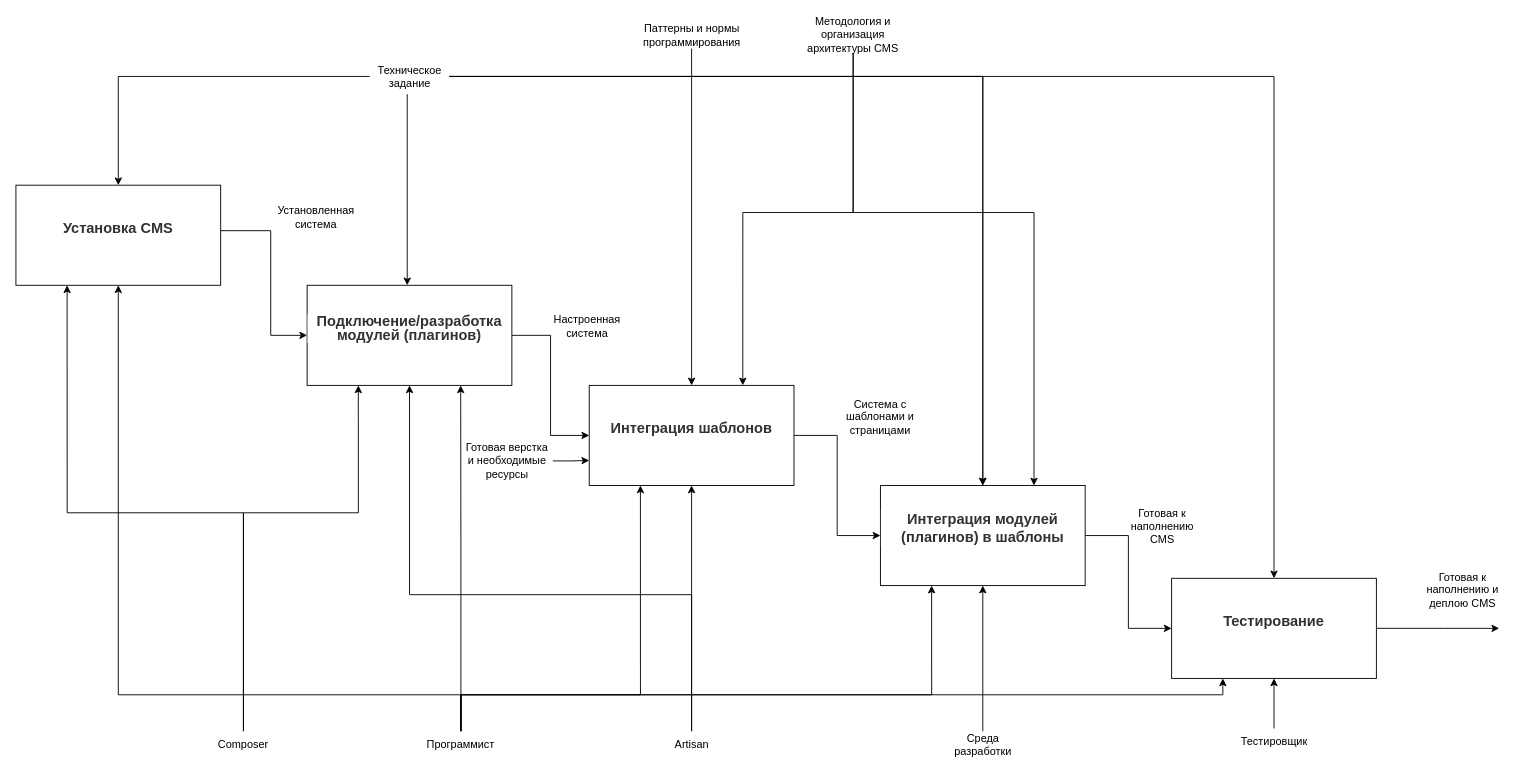
Earlier version of the draw.io diagram idfe0.drawio (EmilDok/yaaaaaa). Source tidied: cells renumbered, new cells numbered last; positions are measured from the earlier drawing's top-left corner, leaving out a move shared by most shapes. Both pictures are drawn from the tidied source at 91%, with x=0, y=0 at pixel (15, 16).
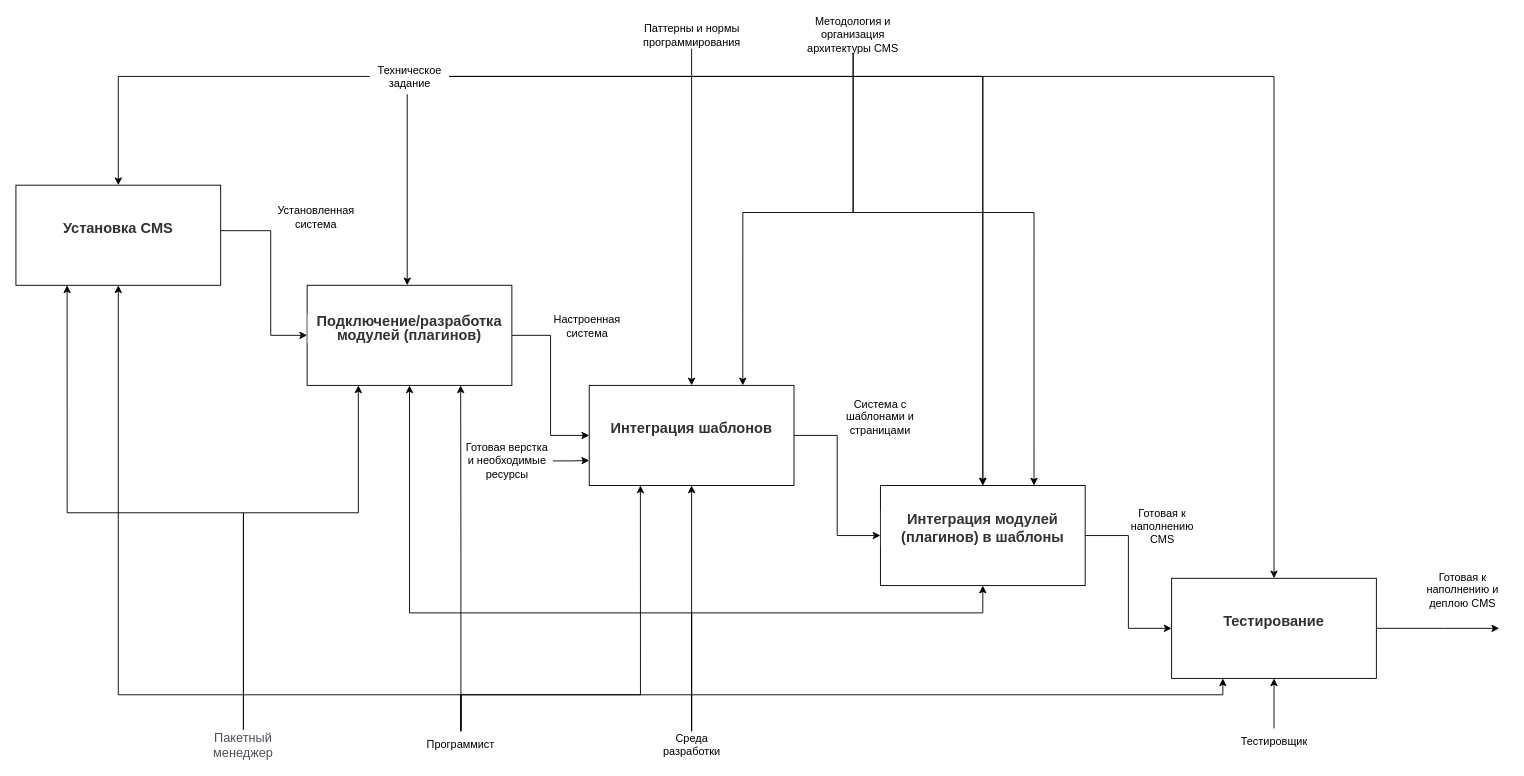
After the change.

Unchanged cells that the change refers to:
```xml
<mxCell id="9" value="Программист" style="text;html=1;strokeColor=none;fillColor=none;align=center;verticalAlign=middle;whiteSpace=wrap;rounded=0;" parent="1" vertex="1">
  <mxGeometry x="439" y="785" width="100" height="30" as="geometry" />
</mxCell>
<mxCell id="14" value="&lt;p style=&quot;box-sizing: border-box; margin: 0px 0px 1rem; padding: 0px; font-size: 16px; color: rgb(50, 50, 50); font-family: &amp;quot;Proxima Nova&amp;quot;, Helvetica, Arial, sans-serif; background-color: rgb(255, 255, 255); line-height: 1; font-weight: bold !important;&quot; class=&quot;font-bold&quot;&gt;Подключение/разработка модулей (плагинов)&lt;br style=&quot;font-size: 16px;&quot;&gt;&lt;/p&gt;" style="rounded=0;whiteSpace=wrap;html=1;align=center;verticalAlign=middle;fontSize=16;" parent="1" vertex="1">
  <mxGeometry x="320" y="295" width="225" height="110" as="geometry" />
</mxCell>
<mxCell id="19" value="&lt;p style=&quot;box-sizing: border-box; margin: 0px 0px 1rem; padding: 0px; font-size: 16px; color: rgb(50, 50, 50); font-family: &amp;quot;Proxima Nova&amp;quot;, Helvetica, Arial, sans-serif; background-color: rgb(255, 255, 255); font-weight: bold !important;&quot; class=&quot;font-bold&quot;&gt;Интеграция модулей (плагинов) в шаблоны&lt;br&gt;&lt;/p&gt;" style="rounded=0;whiteSpace=wrap;html=1;align=center;" parent="1" vertex="1">
  <mxGeometry x="950" y="515" width="225" height="110" as="geometry" />
</mxCell>
```

What changed in the source:
```diff
@@
-    <mxCell id="7" style="edgeStyle=orthogonalEdgeStyle;rounded=0;jettySize=auto;html=1;entryX=0.25;entryY=1;entryDx=0;entryDy=0;fontSize=16;" parent="1" edge="1" source="9" target="19">
-      <mxGeometry relative="1" as="geometry">
-        <Array as="points">
-          <mxPoint x="489" y="745" />
-          <mxPoint x="1006" y="745" />
-        </Array>
-      </mxGeometry>
-    </mxCell>
@@
-    <mxCell id="12" value="Composer" style="text;html=1;strokeColor=none;fillColor=none;align=center;verticalAlign=middle;whiteSpace=wrap;rounded=0;" parent="1" vertex="1">
+    <mxCell id="12" value="&lt;span style=&quot;color: rgb(77, 81, 86); font-family: arial, sans-serif; font-size: 14px; text-align: left; background-color: rgb(255, 255, 255);&quot;&gt;Пакетный менеджер&lt;/span&gt;" style="text;html=1;strokeColor=none;fillColor=none;align=center;verticalAlign=middle;whiteSpace=wrap;rounded=0;" parent="1" vertex="1">
       <mxGeometry x="200" y="785" width="100" height="30" as="geometry" />
     </mxCell>
@@
-    <mxCell id="36" style="edgeStyle=orthogonalEdgeStyle;rounded=0;jettySize=auto;html=1;entryX=0.5;entryY=1;entryDx=0;entryDy=0;fontSize=16;" parent="1" edge="1" source="37" target="19">
-      <mxGeometry relative="1" as="geometry" />
-    </mxCell>
-    <mxCell id="37" value="Среда разработки" style="text;html=1;strokeColor=none;fillColor=none;align=center;verticalAlign=middle;whiteSpace=wrap;rounded=0;" parent="1" vertex="1">
-      <mxGeometry x="1012.5" y="785" width="100" height="30" as="geometry" />
-    </mxCell>
@@
     <mxCell id="44" style="edgeStyle=orthogonalEdgeStyle;rounded=0;jettySize=auto;html=1;entryX=0.5;entryY=1;entryDx=0;entryDy=0;fontSize=16;" parent="1" edge="1" source="45" target="14">
       <mxGeometry relative="1" as="geometry">
         <Array as="points">
-          <mxPoint x="743" y="635" />
-          <mxPoint x="433" y="635" />
+          <mxPoint x="743" y="655" />
+          <mxPoint x="433" y="655" />
         </Array>
       </mxGeometry>
     </mxCell>
+    <mxCell id="46" style="edgeStyle=orthogonalEdgeStyle;rounded=0;jettySize=auto;html=1;entryX=0.5;entryY=1;entryDx=0;entryDy=0;fontSize=16;" parent="1" edge="1" source="45" target="19">
+      <mxGeometry relative="1" as="geometry">
+        <Array as="points">
+          <mxPoint x="743" y="655" />
+          <mxPoint x="1063" y="655" />
+        </Array>
+      </mxGeometry>
+    </mxCell>
-    <mxCell id="45" value="Artisan" style="text;html=1;strokeColor=none;fillColor=none;align=center;verticalAlign=middle;whiteSpace=wrap;rounded=0;" parent="1" vertex="1">
+    <mxCell id="45" value="Среда разработки&lt;br&gt;" style="text;html=1;strokeColor=none;fillColor=none;align=center;verticalAlign=middle;whiteSpace=wrap;rounded=0;" parent="1" vertex="1">
       <mxGeometry x="692.5" y="785" width="100" height="30" as="geometry" />
     </mxCell>
```
